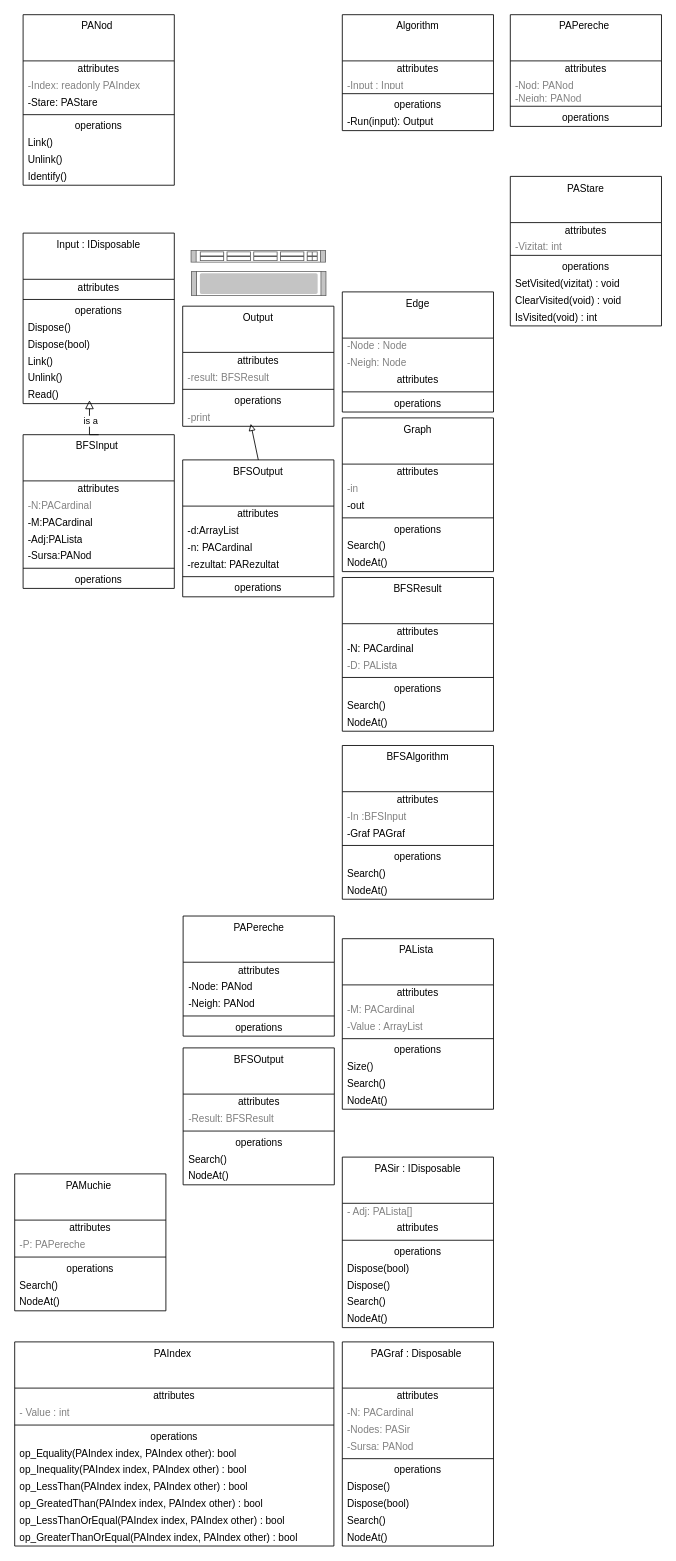
Earlier version of the draw.io diagram C.drawio (Cristof17/PALibrary). Source tidied: cells renumbered, new cells numbered last; positions are measured from the earlier drawing's top-left corner, leaving out a move shared by most shapes. Both pictures are drawn from the tidied source at 84%, with x=0, y=0 at pixel (14, 14).
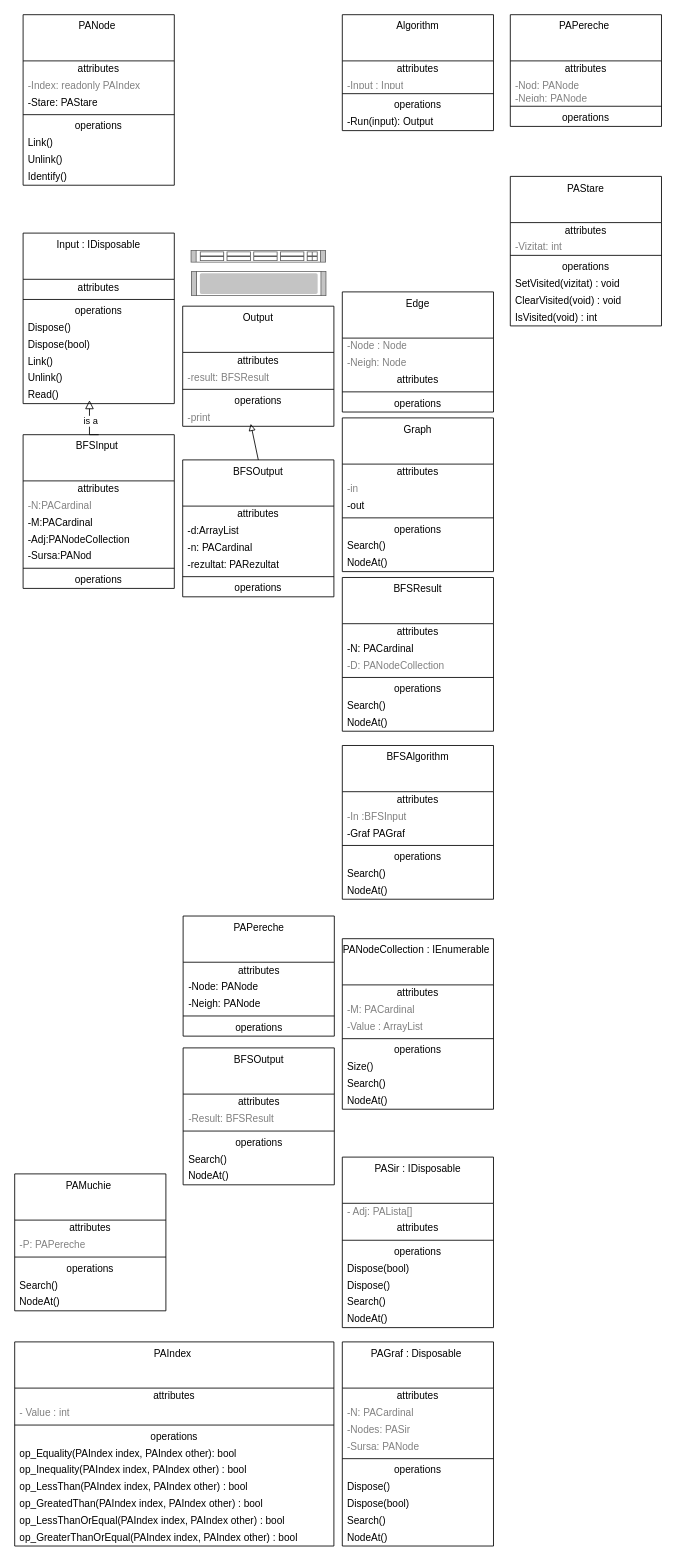
The same page after the edit.

The change refers to these unchanged cells:
```xml
<mxCell id="38" value="BFSInput&amp;nbsp;" style="swimlane;fontStyle=0;align=center;verticalAlign=top;horizontal=1;startSize=55;html=1;whiteSpace=wrap;" parent="1" vertex="1">
  <mxGeometry x="10" y="500" width="180" height="183" as="geometry" />
</mxCell>
<mxCell id="61" value="PAPereche" style="swimlane;fontStyle=0;align=center;verticalAlign=top;horizontal=1;startSize=55;html=1;whiteSpace=wrap;" parent="1" vertex="1">
  <mxGeometry x="200.5" y="1073" width="180" height="143" as="geometry" />
</mxCell>
<mxCell id="67" value="BFSResult" style="swimlane;fontStyle=0;align=center;verticalAlign=top;horizontal=1;startSize=55;html=1;whiteSpace=wrap;" parent="1" vertex="1">
  <mxGeometry x="390" y="670" width="180" height="183" as="geometry" />
</mxCell>
<mxCell id="83" value="PAGraf : Disposable&amp;nbsp;" style="swimlane;fontStyle=0;align=center;verticalAlign=top;horizontal=1;startSize=55;html=1;whiteSpace=wrap;" parent="1" vertex="1">
  <mxGeometry x="390" y="1580" width="180" height="243" as="geometry" />
</mxCell>
<mxCell id="110" value="PAPereche&amp;nbsp;" style="swimlane;fontStyle=0;align=center;verticalAlign=top;horizontal=1;startSize=55;html=1;whiteSpace=wrap;" parent="1" vertex="1">
  <mxGeometry x="590" width="180" height="133" as="geometry" />
</mxCell>
```

Diff of the diagram source:
```diff
@@
-    <mxCell id="2" value="PANod&amp;nbsp;" style="swimlane;fontStyle=0;align=center;verticalAlign=top;horizontal=1;startSize=55;html=1;whiteSpace=wrap;" parent="1" vertex="1">
+    <mxCell id="2" value="PANode&amp;nbsp;" style="swimlane;fontStyle=0;align=center;verticalAlign=top;horizontal=1;startSize=55;html=1;whiteSpace=wrap;" parent="1" vertex="1">
       <mxGeometry x="10" width="180" height="203" as="geometry" />
     </mxCell>
@@
-    <mxCell id="42" value="-Adj:PALista" style="text;html=1;strokeColor=none;fillColor=none;align=left;verticalAlign=middle;spacingLeft=4;spacingRight=4;overflow=hidden;whiteSpace=wrap;" parent="38" vertex="1">
+    <mxCell id="42" value="-Adj:PANodeCollection" style="text;html=1;strokeColor=none;fillColor=none;align=left;verticalAlign=middle;spacingLeft=4;spacingRight=4;overflow=hidden;whiteSpace=wrap;" parent="38" vertex="1">
       <mxGeometry y="115" width="180" height="20" as="geometry" />
     </mxCell>
@@
-    <mxCell id="63" value="-Node: PANod" style="text;html=1;strokeColor=none;fillColor=none;align=left;verticalAlign=middle;spacingLeft=4;spacingRight=4;overflow=hidden;whiteSpace=wrap;" parent="61" vertex="1">
+    <mxCell id="63" value="-Node: PANode" style="text;html=1;strokeColor=none;fillColor=none;align=left;verticalAlign=middle;spacingLeft=4;spacingRight=4;overflow=hidden;whiteSpace=wrap;" parent="61" vertex="1">
       <mxGeometry y="75" width="180" height="20" as="geometry" />
     </mxCell>
-    <mxCell id="64" value="-Neigh: PANod" style="text;html=1;strokeColor=none;fillColor=none;align=left;verticalAlign=middle;spacingLeft=4;spacingRight=4;overflow=hidden;whiteSpace=wrap;" parent="61" vertex="1">
+    <mxCell id="64" value="-Neigh: PANode" style="text;html=1;strokeColor=none;fillColor=none;align=left;verticalAlign=middle;spacingLeft=4;spacingRight=4;overflow=hidden;whiteSpace=wrap;" parent="61" vertex="1">
       <mxGeometry y="95" width="180" height="20" as="geometry" />
     </mxCell>
@@
-    <mxCell id="70" value="-D: PALista" style="text;html=1;strokeColor=none;fillColor=none;align=left;verticalAlign=middle;spacingLeft=4;spacingRight=4;overflow=hidden;fontColor=#808080;whiteSpace=wrap;" parent="67" vertex="1">
+    <mxCell id="70" value="-D: PANodeCollection" style="text;html=1;strokeColor=none;fillColor=none;align=left;verticalAlign=middle;spacingLeft=4;spacingRight=4;overflow=hidden;fontColor=#808080;whiteSpace=wrap;" parent="67" vertex="1">
       <mxGeometry y="95" width="180" height="20" as="geometry" />
     </mxCell>
@@
-    <mxCell id="87" value="-Sursa: PANod" style="text;html=1;strokeColor=none;fillColor=none;align=left;verticalAlign=middle;spacingLeft=4;spacingRight=4;overflow=hidden;fontColor=#808080;whiteSpace=wrap;" parent="83" vertex="1">
+    <mxCell id="87" value="-Sursa: PANode" style="text;html=1;strokeColor=none;fillColor=none;align=left;verticalAlign=middle;spacingLeft=4;spacingRight=4;overflow=hidden;fontColor=#808080;whiteSpace=wrap;" parent="83" vertex="1">
       <mxGeometry y="115" width="180" height="20" as="geometry" />
     </mxCell>
@@
-    <mxCell id="94" value="PALista&amp;nbsp;" style="swimlane;fontStyle=0;align=center;verticalAlign=top;horizontal=1;startSize=55;html=1;whiteSpace=wrap;" parent="1" vertex="1">
+    <mxCell id="94" value="PANodeCollection : IEnumerable&amp;nbsp;" style="swimlane;fontStyle=0;align=center;verticalAlign=top;horizontal=1;startSize=55;html=1;whiteSpace=wrap;" parent="1" vertex="1">
       <mxGeometry x="390" y="1100" width="180" height="203" as="geometry" />
     </mxCell>
@@
-    <mxCell id="112" value="-Nod: PANod" style="text;html=1;strokeColor=none;fillColor=none;align=left;verticalAlign=middle;spacingLeft=4;spacingRight=4;overflow=hidden;fontColor=#808080;whiteSpace=wrap;" parent="110" vertex="1">
+    <mxCell id="112" value="-Nod: PANode" style="text;html=1;strokeColor=none;fillColor=none;align=left;verticalAlign=middle;spacingLeft=4;spacingRight=4;overflow=hidden;fontColor=#808080;whiteSpace=wrap;" parent="110" vertex="1">
       <mxGeometry y="75" width="180" height="15" as="geometry" />
     </mxCell>
-    <mxCell id="113" value="-Neigh: PANod" style="text;html=1;strokeColor=none;fillColor=none;align=left;verticalAlign=middle;spacingLeft=4;spacingRight=4;overflow=hidden;fontColor=#808080;whiteSpace=wrap;" parent="110" vertex="1">
+    <mxCell id="113" value="-Neigh: PANode" style="text;html=1;strokeColor=none;fillColor=none;align=left;verticalAlign=middle;spacingLeft=4;spacingRight=4;overflow=hidden;fontColor=#808080;whiteSpace=wrap;" parent="110" vertex="1">
       <mxGeometry y="90" width="180" height="15" as="geometry" />
     </mxCell>
```
